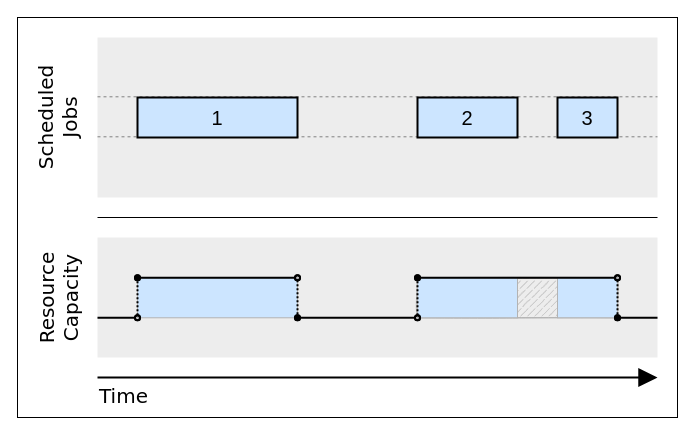
Above: page "JobShop" (1 of 2) of img/source/Capacities.drawio in Krtiiik/Bottleneck-identification-for-constraint-relaxation-in-resource-constrained-project-scheduling (draw.io), before the change. Source tidied: cells renumbered, new cells numbered last; positions are measured from the earlier drawing's top-left corner, leaving out a move shared by most shapes. Both pictures are drawn from the tidied source at 100%, with x=0, y=0 at pixel (17, 17).
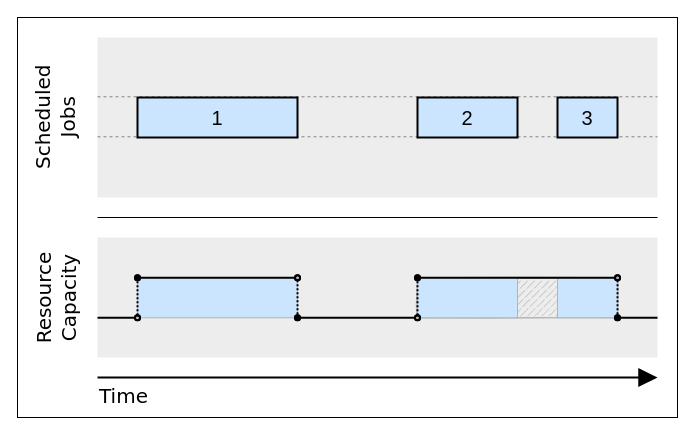
Above is the later version.

Commit message (it also covers changes not shown here):
Update resource capacity example images - pdf format

Unchanged cells that the change refers to:
```xml
<mxCell id="11" style="group;" parent="10" vertex="1">
  <mxGeometry width="620" height="160" as="geometry" />
</mxCell>
<mxCell id="22" style="group;" parent="21" vertex="1">
  <mxGeometry width="620" height="120.5" as="geometry" />
</mxCell>
```

The edit, as a diff of the source:
```diff
@@
-    <mxCell id="13" value="Scheduled&lt;br&gt;Jobs" style="text;html=1;strokeColor=none;fillColor=none;align=center;verticalAlign=middle;whiteSpace=wrap;rounded=0;glass=0;sketch=0;fillStyle=auto;sketchStyle=rough;fontFamily=Verdana;fontSize=20;horizontal=0;" parent="11" vertex="1">
-      <mxGeometry width="40" height="160" as="geometry" />
-    </mxCell>
@@
-    <mxCell id="24" value="Resource&lt;br&gt;Capacity" style="text;html=1;strokeColor=none;fillColor=none;align=center;verticalAlign=middle;whiteSpace=wrap;rounded=0;glass=0;sketch=0;fillStyle=auto;sketchStyle=rough;fontFamily=Verdana;fontSize=20;horizontal=0;" parent="22" vertex="1">
-      <mxGeometry y="0.5" width="40" height="120" as="geometry" />
-    </mxCell>
@@
+    <mxCell id="41" style="group;" parent="1" vertex="1">
+      <mxGeometry y="220.5" width="60" height="120" as="geometry" />
+    </mxCell>
+    <mxCell id="42" value="Resource" style="text;html=1;strokeColor=none;fillColor=none;align=center;verticalAlign=bottom;whiteSpace=wrap;rounded=0;glass=0;sketch=0;fillStyle=auto;sketchStyle=rough;fontFamily=Verdana;fontSize=20;horizontal=0;" parent="41" vertex="1">
+      <mxGeometry width="40" height="120" as="geometry" />
+    </mxCell>
+    <mxCell id="43" value="Capacity" style="text;html=1;strokeColor=none;fillColor=none;align=center;verticalAlign=middle;whiteSpace=wrap;rounded=0;glass=0;sketch=0;fillStyle=auto;sketchStyle=rough;fontFamily=Verdana;fontSize=20;horizontal=0;" parent="41" vertex="1">
+      <mxGeometry x="40" width="20" height="120" as="geometry" />
+    </mxCell>
+    <mxCell id="44" style="group;" parent="1" vertex="1">
+      <mxGeometry y="20" width="60" height="160.5" as="geometry" />
+    </mxCell>
+    <mxCell id="45" value="Scheduled" style="text;html=1;strokeColor=none;fillColor=none;align=center;verticalAlign=bottom;whiteSpace=wrap;rounded=0;glass=0;sketch=0;fillStyle=auto;sketchStyle=rough;fontFamily=Verdana;fontSize=20;horizontal=0;" parent="44" vertex="1">
+      <mxGeometry width="40" height="160.5" as="geometry" />
+    </mxCell>
+    <mxCell id="46" value="Jobs" style="text;html=1;strokeColor=none;fillColor=none;align=center;verticalAlign=middle;whiteSpace=wrap;rounded=0;glass=0;sketch=0;fillStyle=auto;sketchStyle=rough;fontFamily=Verdana;fontSize=20;horizontal=0;" parent="44" vertex="1">
+      <mxGeometry x="40" width="20" height="160.5" as="geometry" />
+    </mxCell>
```
